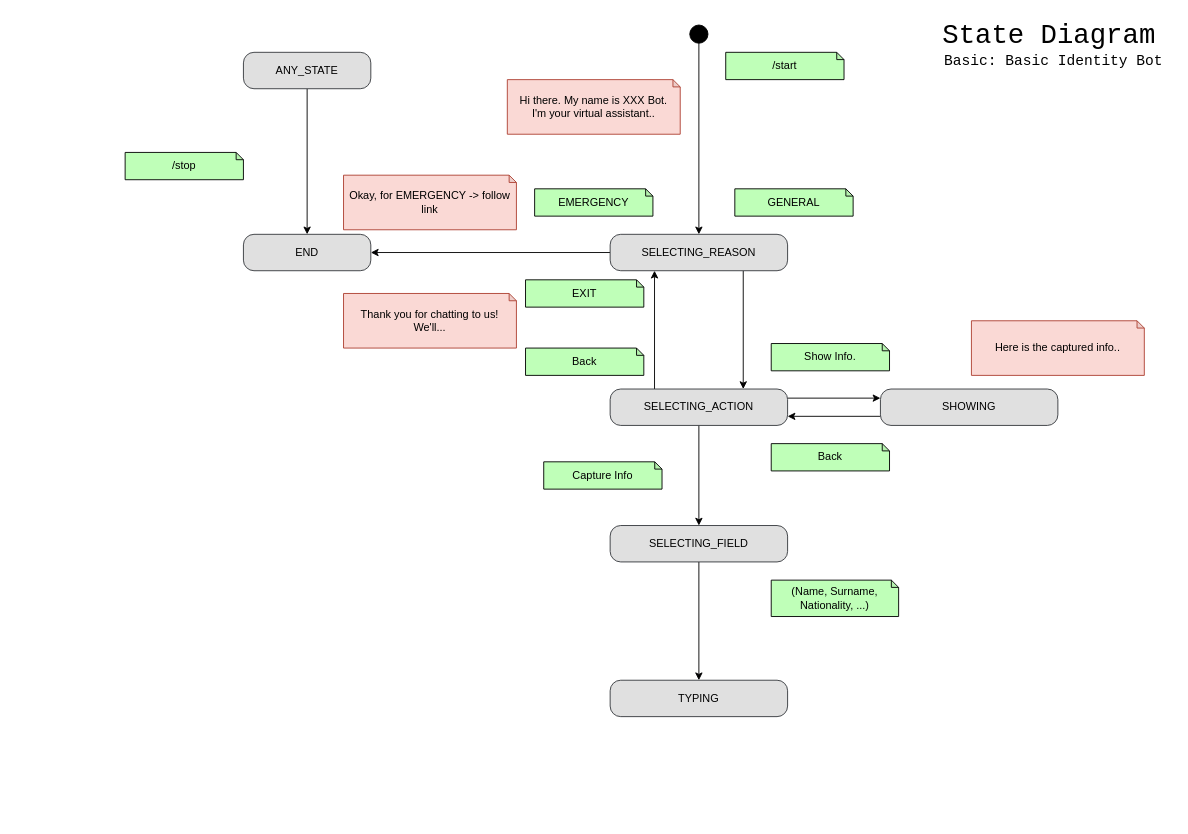
Before: botArmy/identityBots/diagrams/State Diagram - Basic - Basic Identity Bot.drawio in scholtde/LAIO-CCB, a draw.io diagram. Source tidied: cells renumbered, new cells numbered last; positions are measured from the earlier drawing's top-left corner, leaving out a move shared by most shapes. Both pictures are drawn from the tidied source at 91%, with x=0, y=0 at pixel (125, 15).
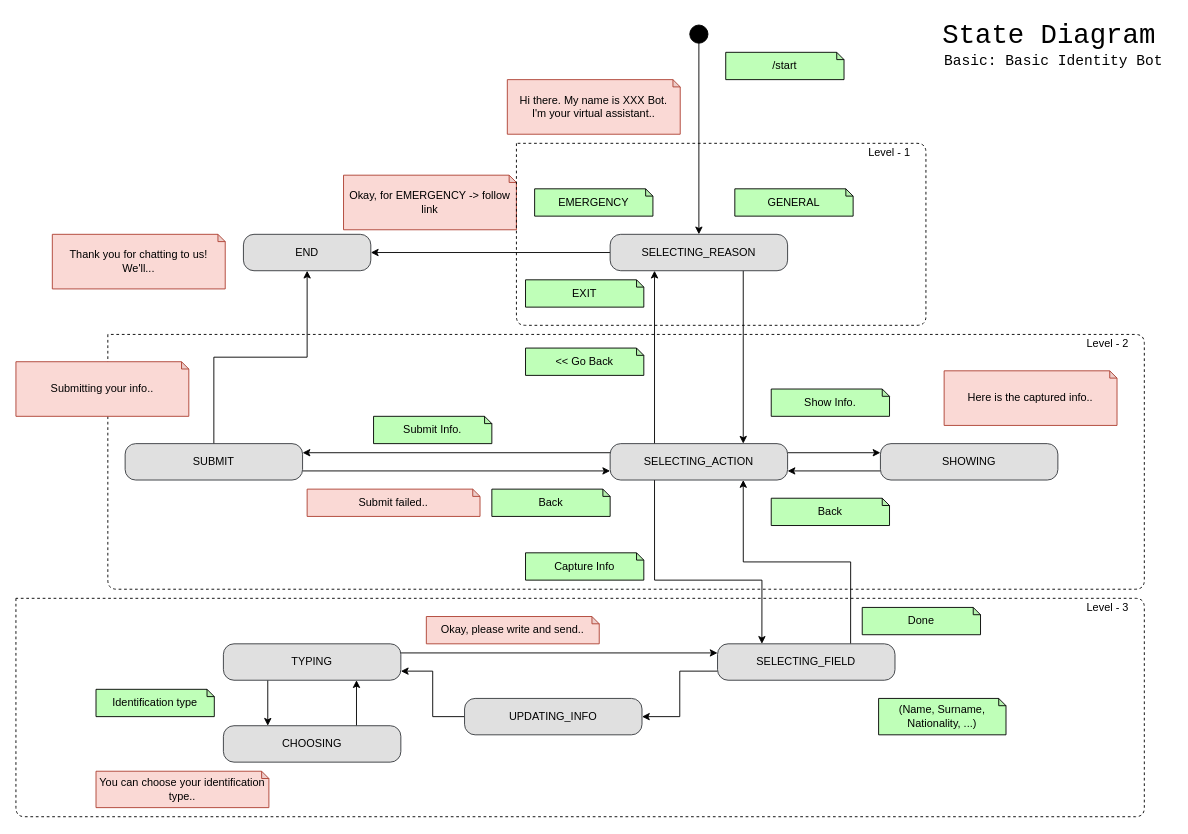
The same page after the edit.

Commit message:
- Directory restructure

Unchanged cells that the change refers to:
```xml
<mxCell id="11" value="END" style="rounded=1;whiteSpace=wrap;html=1;fillColor=#E0E0E0;strokeColor=#36393d;arcSize=29;" parent="1" vertex="1">
  <mxGeometry x="130" y="240" width="140" height="40" as="geometry" />
</mxCell>
```

The edit, as a diff of the source:
```diff
@@
+    <mxCell id="35" style="endArrow=none;dashed=1;html=1;" parent="1" edge="1">
+      <mxGeometry relative="1" as="geometry">
+        <mxPoint x="-19" y="350" as="sourcePoint" />
+        <mxPoint x="-19" y="350" as="targetPoint" />
+        <Array as="points">
+          <mxPoint x="-19" y="630" />
+          <mxPoint x="1120" y="630" />
+          <mxPoint x="1120" y="350" />
+        </Array>
+      </mxGeometry>
+    </mxCell>
@@
-    <mxCell id="12" value="/stop" style="shape=note;whiteSpace=wrap;html=1;backgroundOutline=1;darkOpacity=0.05;fillColor=#BFFFB8;size=8;" parent="1" vertex="1">
-      <mxGeometry y="150" width="130" height="30" as="geometry" />
-    </mxCell>
-    <mxCell id="13" style="edgeStyle=orthogonalEdgeStyle;rounded=0;jettySize=auto;html=1;exitX=0.5;exitY=1;exitDx=0;exitDy=0;entryX=0.5;entryY=0;entryDx=0;entryDy=0;" parent="1" edge="1" source="14" target="11">
-      <mxGeometry relative="1" as="geometry" />
-    </mxCell>
-    <mxCell id="14" value="ANY_STATE" style="rounded=1;whiteSpace=wrap;html=1;fillColor=#E0E0E0;strokeColor=#36393d;arcSize=29;" parent="1" vertex="1">
-      <mxGeometry x="130" y="40" width="140" height="40" as="geometry" />
-    </mxCell>
@@
+    <mxCell id="36" style="edgeStyle=orthogonalEdgeStyle;rounded=0;jettySize=auto;html=1;exitX=0;exitY=0.25;exitDx=0;exitDy=0;entryX=1;entryY=0.25;entryDx=0;entryDy=0;" parent="1" edge="1" source="19" target="48">
+      <mxGeometry relative="1" as="geometry" />
+    </mxCell>
-    <mxCell id="18" style="edgeStyle=orthogonalEdgeStyle;rounded=0;jettySize=auto;html=1;exitX=0.5;exitY=1;exitDx=0;exitDy=0;entryX=0.5;entryY=0;entryDx=0;entryDy=0;" parent="1" edge="1" source="19" target="29">
-      <mxGeometry relative="1" as="geometry" />
+    <mxCell id="18" style="edgeStyle=orthogonalEdgeStyle;rounded=0;jettySize=auto;html=1;exitX=0.25;exitY=1;exitDx=0;exitDy=0;entryX=0.25;entryY=0;entryDx=0;entryDy=0;" parent="1" edge="1" source="19" target="29">
+      <mxGeometry relative="1" as="geometry">
+        <Array as="points">
+          <mxPoint x="582" y="620" />
+          <mxPoint x="700" y="620" />
+        </Array>
+      </mxGeometry>
     </mxCell>
     <mxCell id="19" value="SELECTING_ACTION" style="rounded=1;whiteSpace=wrap;html=1;fillColor=#E0E0E0;strokeColor=#36393d;arcSize=29;" parent="1" vertex="1">
-      <mxGeometry x="533" y="410" width="195" height="40" as="geometry" />
+      <mxGeometry x="533" y="470" width="195" height="40" as="geometry" />
     </mxCell>
@@
     <mxCell id="21" value="Thank you for chatting to us! We'll..." style="shape=note;whiteSpace=wrap;html=1;backgroundOutline=1;darkOpacity=0.05;fillColor=#fad9d5;size=8;strokeColor=#ae4132;" parent="1" vertex="1">
-      <mxGeometry x="240" y="305" width="190" height="60" as="geometry" />
+      <mxGeometry x="-80" y="240" width="190" height="60" as="geometry" />
     </mxCell>
@@
     <mxCell id="23" value="SHOWING" style="rounded=1;whiteSpace=wrap;html=1;fillColor=#E0E0E0;strokeColor=#36393d;arcSize=29;" parent="1" vertex="1">
-      <mxGeometry x="830" y="410" width="195" height="40" as="geometry" />
+      <mxGeometry x="830" y="470" width="195" height="40" as="geometry" />
     </mxCell>
     <mxCell id="24" value="Show Info." style="shape=note;whiteSpace=wrap;html=1;backgroundOutline=1;darkOpacity=0.05;fillColor=#BFFFB8;size=8;" parent="1" vertex="1">
-      <mxGeometry x="710" y="360" width="130" height="30" as="geometry" />
+      <mxGeometry x="710" y="410" width="130" height="30" as="geometry" />
     </mxCell>
     <mxCell id="25" value="Back" style="shape=note;whiteSpace=wrap;html=1;backgroundOutline=1;darkOpacity=0.05;fillColor=#BFFFB8;size=8;" parent="1" vertex="1">
-      <mxGeometry x="710" y="470" width="130" height="30" as="geometry" />
+      <mxGeometry x="710" y="530" width="130" height="30" as="geometry" />
     </mxCell>
     <mxCell id="26" value="Here is the captured info.." style="shape=note;whiteSpace=wrap;html=1;backgroundOutline=1;darkOpacity=0.05;fillColor=#fad9d5;size=8;strokeColor=#ae4132;" parent="1" vertex="1">
-      <mxGeometry x="930" y="335" width="190" height="60" as="geometry" />
+      <mxGeometry x="900" y="390" width="190" height="60" as="geometry" />
     </mxCell>
-    <mxCell id="27" value="Back" style="shape=note;whiteSpace=wrap;html=1;backgroundOutline=1;darkOpacity=0.05;fillColor=#BFFFB8;size=8;" parent="1" vertex="1">
+    <mxCell id="27" value="&amp;lt;&amp;lt; Go Back" style="shape=note;whiteSpace=wrap;html=1;backgroundOutline=1;darkOpacity=0.05;fillColor=#BFFFB8;size=8;" parent="1" vertex="1">
       <mxGeometry x="440" y="365" width="130" height="30" as="geometry" />
     </mxCell>
-    <mxCell id="28" style="edgeStyle=orthogonalEdgeStyle;rounded=0;jettySize=auto;html=1;exitX=0.5;exitY=1;exitDx=0;exitDy=0;" parent="1" edge="1" source="29" target="32">
-      <mxGeometry relative="1" as="geometry" />
-    </mxCell>
+    <mxCell id="37" style="edgeStyle=orthogonalEdgeStyle;rounded=0;jettySize=auto;html=1;exitX=0;exitY=0.75;exitDx=0;exitDy=0;entryX=1;entryY=0.5;entryDx=0;entryDy=0;" parent="1" edge="1" source="29" target="44">
+      <mxGeometry relative="1" as="geometry" />
+    </mxCell>
+    <mxCell id="38" style="edgeStyle=orthogonalEdgeStyle;rounded=0;jettySize=auto;html=1;exitX=0.75;exitY=0;exitDx=0;exitDy=0;entryX=0.75;entryY=1;entryDx=0;entryDy=0;" parent="1" edge="1" source="29" target="19">
+      <mxGeometry relative="1" as="geometry" />
+    </mxCell>
     <mxCell id="29" value="SELECTING_FIELD" style="rounded=1;whiteSpace=wrap;html=1;fillColor=#E0E0E0;strokeColor=#36393d;arcSize=29;" parent="1" vertex="1">
-      <mxGeometry x="533" y="560" width="195" height="40" as="geometry" />
+      <mxGeometry x="651" y="690" width="195" height="40" as="geometry" />
     </mxCell>
     <mxCell id="30" value="Capture Info" style="shape=note;whiteSpace=wrap;html=1;backgroundOutline=1;darkOpacity=0.05;fillColor=#BFFFB8;size=8;" parent="1" vertex="1">
-      <mxGeometry x="460" y="490" width="130" height="30" as="geometry" />
+      <mxGeometry x="440" y="590" width="130" height="30" as="geometry" />
     </mxCell>
     <mxCell id="31" value="(Name, Surname, Nationality, ...)" style="shape=note;whiteSpace=wrap;html=1;backgroundOutline=1;darkOpacity=0.05;fillColor=#BFFFB8;size=8;" parent="1" vertex="1">
-      <mxGeometry x="710" y="620" width="140" height="40" as="geometry" />
+      <mxGeometry x="828" y="750" width="140" height="40" as="geometry" />
     </mxCell>
+    <mxCell id="39" style="edgeStyle=orthogonalEdgeStyle;rounded=0;jettySize=auto;html=1;exitX=0.25;exitY=1;exitDx=0;exitDy=0;entryX=0.25;entryY=0;entryDx=0;entryDy=0;" parent="1" edge="1" source="32" target="42">
+      <mxGeometry relative="1" as="geometry" />
+    </mxCell>
+    <mxCell id="40" style="edgeStyle=orthogonalEdgeStyle;rounded=0;jettySize=auto;html=1;exitX=1;exitY=0.25;exitDx=0;exitDy=0;entryX=0;entryY=0.25;entryDx=0;entryDy=0;" parent="1" edge="1" source="32" target="29">
+      <mxGeometry relative="1" as="geometry" />
+    </mxCell>
     <mxCell id="32" value="TYPING" style="rounded=1;whiteSpace=wrap;html=1;fillColor=#E0E0E0;strokeColor=#36393d;arcSize=29;" parent="1" vertex="1">
-      <mxGeometry x="533" y="730" width="195" height="40" as="geometry" />
+      <mxGeometry x="108" y="690" width="195" height="40" as="geometry" />
     </mxCell>
@@
+    <mxCell id="41" style="edgeStyle=orthogonalEdgeStyle;rounded=0;jettySize=auto;html=1;exitX=0.75;exitY=0;exitDx=0;exitDy=0;entryX=0.75;entryY=1;entryDx=0;entryDy=0;" parent="1" edge="1" source="42" target="32">
+      <mxGeometry relative="1" as="geometry" />
+    </mxCell>
+    <mxCell id="42" value="CHOOSING" style="rounded=1;whiteSpace=wrap;html=1;fillColor=#E0E0E0;strokeColor=#36393d;arcSize=29;" parent="1" vertex="1">
+      <mxGeometry x="108" y="780" width="195" height="40" as="geometry" />
+    </mxCell>
+    <mxCell id="43" style="edgeStyle=orthogonalEdgeStyle;rounded=0;jettySize=auto;html=1;exitX=0;exitY=0.5;exitDx=0;exitDy=0;entryX=1;entryY=0.75;entryDx=0;entryDy=0;" parent="1" edge="1" source="44" target="32">
+      <mxGeometry relative="1" as="geometry" />
+    </mxCell>
+    <mxCell id="44" value="UPDATING_INFO" style="rounded=1;whiteSpace=wrap;html=1;fillColor=#E0E0E0;strokeColor=#36393d;arcSize=29;" parent="1" vertex="1">
+      <mxGeometry x="373" y="750" width="195" height="40" as="geometry" />
+    </mxCell>
+    <mxCell id="45" value="Identification type" style="shape=note;whiteSpace=wrap;html=1;backgroundOutline=1;darkOpacity=0.05;fillColor=#BFFFB8;size=8;" parent="1" vertex="1">
+      <mxGeometry x="-32" y="740" width="130" height="30" as="geometry" />
+    </mxCell>
+    <mxCell id="46" style="edgeStyle=orthogonalEdgeStyle;rounded=0;jettySize=auto;html=1;exitX=1;exitY=0.75;exitDx=0;exitDy=0;entryX=0;entryY=0.75;entryDx=0;entryDy=0;" parent="1" edge="1" source="48" target="19">
+      <mxGeometry relative="1" as="geometry" />
+    </mxCell>
+    <mxCell id="47" style="edgeStyle=orthogonalEdgeStyle;rounded=0;jettySize=auto;html=1;exitX=0.5;exitY=0;exitDx=0;exitDy=0;entryX=0.5;entryY=1;entryDx=0;entryDy=0;" parent="1" edge="1" source="48" target="11">
+      <mxGeometry relative="1" as="geometry" />
+    </mxCell>
+    <mxCell id="48" value="SUBMIT" style="rounded=1;whiteSpace=wrap;html=1;fillColor=#E0E0E0;strokeColor=#36393d;arcSize=29;" parent="1" vertex="1">
+      <mxGeometry y="470" width="195" height="40" as="geometry" />
+    </mxCell>
+    <mxCell id="49" value="Back" style="shape=note;whiteSpace=wrap;html=1;backgroundOutline=1;darkOpacity=0.05;fillColor=#BFFFB8;size=8;" parent="1" vertex="1">
+      <mxGeometry x="403" y="520" width="130" height="30" as="geometry" />
+    </mxCell>
+    <mxCell id="50" value="Submit failed.." style="shape=note;whiteSpace=wrap;html=1;backgroundOutline=1;darkOpacity=0.05;fillColor=#fad9d5;size=8;strokeColor=#ae4132;" parent="1" vertex="1">
+      <mxGeometry x="200" y="520" width="190" height="30" as="geometry" />
+    </mxCell>
+    <mxCell id="51" value="Okay, please write and send.." style="shape=note;whiteSpace=wrap;html=1;backgroundOutline=1;darkOpacity=0.05;fillColor=#fad9d5;size=8;strokeColor=#ae4132;" parent="1" vertex="1">
+      <mxGeometry x="331" y="660" width="190" height="30" as="geometry" />
+    </mxCell>
+    <mxCell id="52" value="You can choose your identification type.." style="shape=note;whiteSpace=wrap;html=1;backgroundOutline=1;darkOpacity=0.05;fillColor=#fad9d5;size=8;strokeColor=#ae4132;" parent="1" vertex="1">
+      <mxGeometry x="-32" y="830" width="190" height="40" as="geometry" />
+    </mxCell>
+    <mxCell id="53" value="Submit Info." style="shape=note;whiteSpace=wrap;html=1;backgroundOutline=1;darkOpacity=0.05;fillColor=#BFFFB8;size=8;" parent="1" vertex="1">
+      <mxGeometry x="273" y="440" width="130" height="30" as="geometry" />
+    </mxCell>
+    <mxCell id="54" style="endArrow=none;dashed=1;html=1;" parent="1" edge="1">
+      <mxGeometry relative="1" as="geometry">
+        <mxPoint x="430" y="140" as="sourcePoint" />
+        <mxPoint x="430" y="140" as="targetPoint" />
+        <Array as="points">
+          <mxPoint x="430" y="340" />
+          <mxPoint x="880" y="340" />
+          <mxPoint x="880" y="140" />
+        </Array>
+      </mxGeometry>
+    </mxCell>
+    <mxCell id="55" value="Level - 1" style="text;html=1;strokeColor=none;fillColor=none;align=center;verticalAlign=middle;whiteSpace=wrap;rounded=0;" parent="1" vertex="1">
+      <mxGeometry x="800" y="140" width="80" height="20" as="geometry" />
+    </mxCell>
+    <mxCell id="56" value="Level - 2" style="text;html=1;strokeColor=none;fillColor=none;align=center;verticalAlign=middle;whiteSpace=wrap;rounded=0;" parent="1" vertex="1">
+      <mxGeometry x="1040" y="350" width="80" height="20" as="geometry" />
+    </mxCell>
+    <mxCell id="57" style="endArrow=none;dashed=1;html=1;" parent="1" edge="1">
+      <mxGeometry relative="1" as="geometry">
+        <mxPoint x="-120" y="640" as="sourcePoint" />
+        <mxPoint x="-120" y="640" as="targetPoint" />
+        <Array as="points">
+          <mxPoint x="-120" y="880" />
+          <mxPoint x="1120" y="880" />
+          <mxPoint x="1120" y="640" />
+        </Array>
+      </mxGeometry>
+    </mxCell>
+    <mxCell id="58" value="Level - 3" style="text;html=1;strokeColor=none;fillColor=none;align=center;verticalAlign=middle;whiteSpace=wrap;rounded=0;" parent="1" vertex="1">
+      <mxGeometry x="1040" y="640" width="80" height="20" as="geometry" />
+    </mxCell>
+    <mxCell id="59" value="Submitting your info.." style="shape=note;whiteSpace=wrap;html=1;backgroundOutline=1;darkOpacity=0.05;fillColor=#fad9d5;size=8;strokeColor=#ae4132;" parent="1" vertex="1">
+      <mxGeometry x="-120" y="380" width="190" height="60" as="geometry" />
+    </mxCell>
+    <mxCell id="60" value="Done" style="shape=note;whiteSpace=wrap;html=1;backgroundOutline=1;darkOpacity=0.05;fillColor=#BFFFB8;size=8;" parent="1" vertex="1">
+      <mxGeometry x="810" y="650" width="130" height="30" as="geometry" />
+    </mxCell>
```
